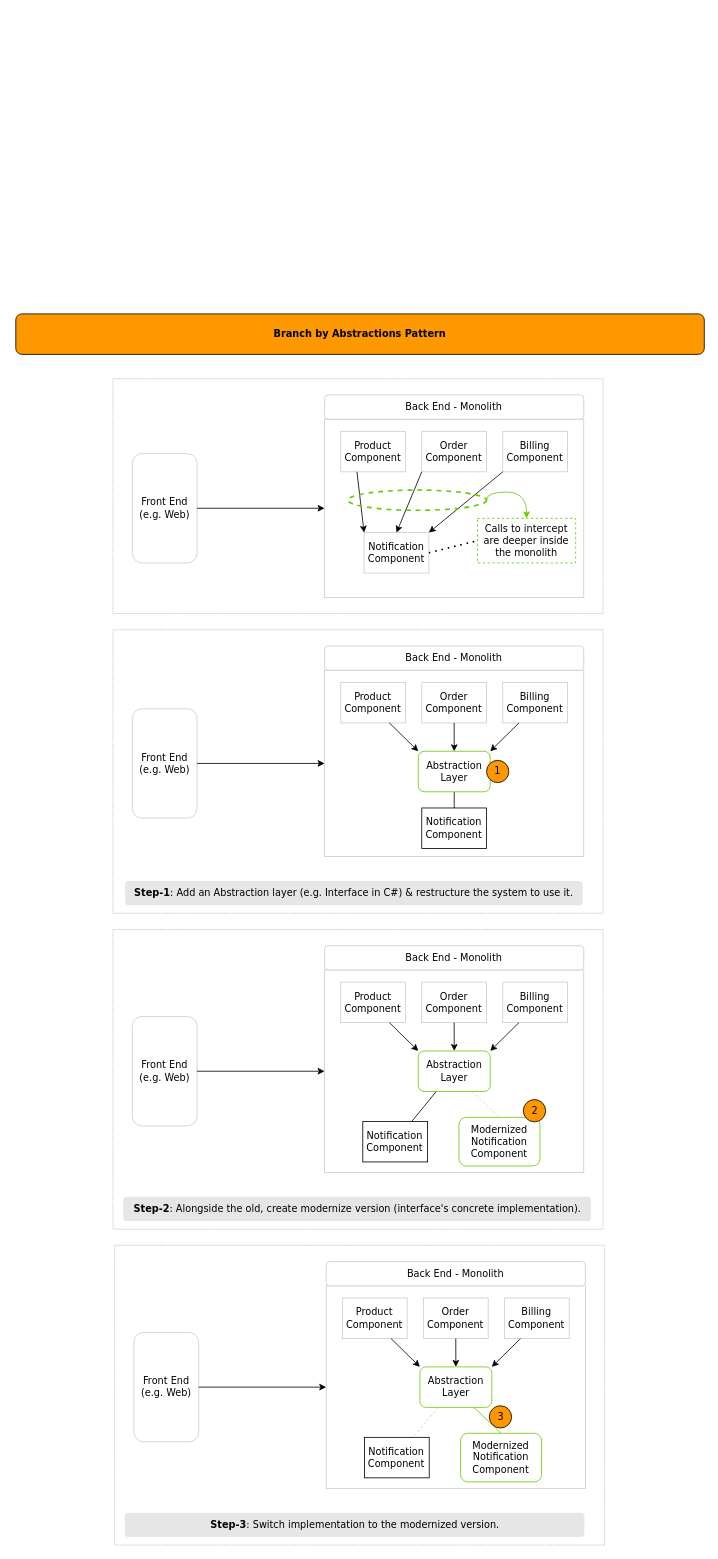
The draw.io diagram page "Branch-by-Abstraction" (2 of 2) of diagrams/modernization-patterns.drawio in shahzadhuq/modernization-decomposing-monolith, before the edit. Source tidied: cells renumbered, new cells numbered last; positions are measured from the earlier drawing's top-left corner, leaving out a move shared by most shapes. Both pictures are drawn from the tidied source at 81%, with x=0, y=0 at pixel (15, 313).
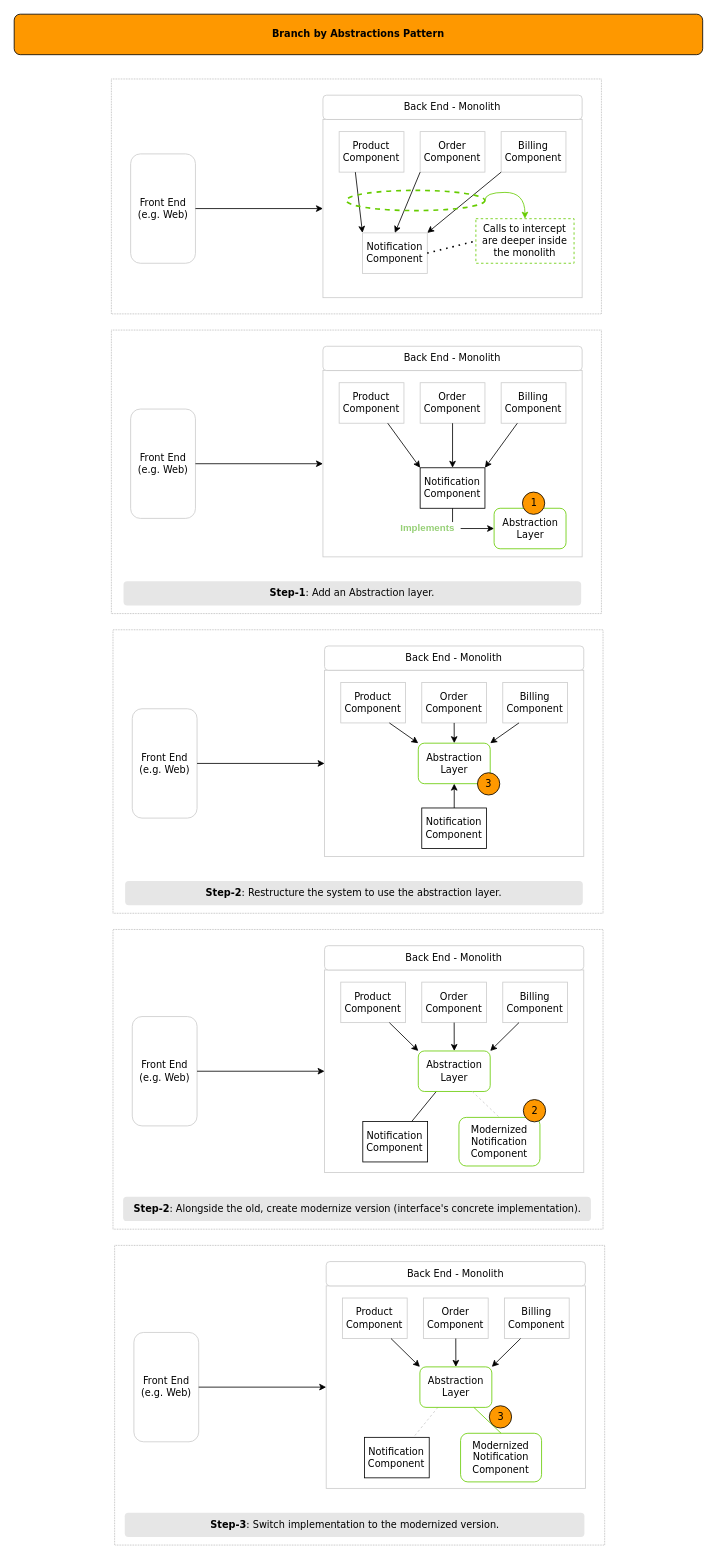
The same diagram, later.

The change refers to these unchanged cells:
```xml
<mxCell id="43" value="Notification Component" style="rounded=0;whiteSpace=wrap;html=1;strokeColor=#000000;fillColor=default;fontFamily=Verdana;" parent="1" vertex="1">
  <mxGeometry x="501.2" y="610" width="80" height="50" as="geometry" />
</mxCell>
```

Diff of the diagram source:
```diff
@@
     <mxCell id="2" style="rounded=0;whiteSpace=wrap;html=1;strokeColor=#B3B3B3;fillColor=default;strokeWidth=1;dashed=1;dashPattern=1 1;shadow=0;fontFamily=Verdana;" parent="1" vertex="1">
-      <mxGeometry x="120" y="80" width="605" height="290" as="geometry" />
+      <mxGeometry x="118" y="-290" width="605" height="290" as="geometry" />
     </mxCell>
     <mxCell id="3" style="rounded=0;whiteSpace=wrap;html=1;strokeColor=#CCCCCC;fontFamily=Verdana;" parent="1" vertex="1">
-      <mxGeometry x="381.2" y="130" width="320" height="220" as="geometry" />
+      <mxGeometry x="379.2" y="-240" width="320" height="220" as="geometry" />
     </mxCell>
     <mxCell id="4" value="Branch by Abstractions Pattern" style="rounded=1;whiteSpace=wrap;html=1;fontStyle=1;fillColor=#FE9800;fontFamily=Verdana;" parent="1" vertex="1">
-      <mxGeometry width="850" height="50" as="geometry" />
+      <mxGeometry x="-2" y="-370" width="850" height="50" as="geometry" />
     </mxCell>
     <mxCell id="5" value="Front End (e.g. Web)" style="text;html=1;strokeColor=#CCCCCC;fillColor=default;align=center;verticalAlign=middle;whiteSpace=wrap;rounded=1;shadow=0;fontFamily=Verdana;" parent="1" vertex="1">
-      <mxGeometry x="143.8" y="172.5" width="80" height="135" as="geometry" />
+      <mxGeometry x="141.8" y="-197.5" width="80" height="135" as="geometry" />
     </mxCell>
     <mxCell id="6" value="Back End - Monolith" style="text;html=1;strokeColor=#CCCCCC;fillColor=default;align=center;verticalAlign=middle;whiteSpace=wrap;rounded=1;shadow=0;fontFamily=Verdana;" parent="1" vertex="1">
-      <mxGeometry x="381.2" y="100" width="320" height="30" as="geometry" />
+      <mxGeometry x="379.2" y="-270" width="320" height="30" as="geometry" />
     </mxCell>
     <mxCell id="7" value="Product Component" style="rounded=0;whiteSpace=wrap;html=1;strokeColor=#CCCCCC;fillColor=default;shadow=0;fontFamily=Verdana;" parent="1" vertex="1">
-      <mxGeometry x="401.2" y="145" width="80" height="50" as="geometry" />
+      <mxGeometry x="399.2" y="-225" width="80" height="50" as="geometry" />
     </mxCell>
     <mxCell id="8" value="Order Component" style="rounded=0;whiteSpace=wrap;html=1;strokeColor=#CCCCCC;fillColor=default;fontFamily=Verdana;" parent="1" vertex="1">
-      <mxGeometry x="501.2" y="145" width="80" height="50" as="geometry" />
+      <mxGeometry x="499.2" y="-225" width="80" height="50" as="geometry" />
     </mxCell>
     <mxCell id="9" value="Billing Component" style="rounded=0;whiteSpace=wrap;html=1;strokeColor=#CCCCCC;fillColor=default;fontFamily=Verdana;" parent="1" vertex="1">
-      <mxGeometry x="601.2" y="145" width="80" height="50" as="geometry" />
+      <mxGeometry x="599.2" y="-225" width="80" height="50" as="geometry" />
     </mxCell>
     <mxCell id="10" value="Notification Component" style="rounded=0;whiteSpace=wrap;html=1;strokeColor=#CCCCCC;fillColor=default;fontFamily=Verdana;" parent="1" vertex="1">
-      <mxGeometry x="430" y="270" width="80" height="50" as="geometry" />
+      <mxGeometry x="428" y="-100" width="80" height="50" as="geometry" />
     </mxCell>
@@
     <mxCell id="15" style="ellipse;whiteSpace=wrap;html=1;shadow=0;fillColor=none;strokeColor=#66CC00;strokeWidth=2;dashed=1;fontFamily=Verdana;" parent="1" vertex="1">
-      <mxGeometry x="410" y="217.5" width="171.2" height="25" as="geometry" />
+      <mxGeometry x="408" y="-152.5" width="171.2" height="25" as="geometry" />
     </mxCell>
     <mxCell id="16" value="Calls to intercept are deeper inside the monolith" style="text;html=1;strokeColor=#66CC00;fillColor=none;align=center;verticalAlign=middle;whiteSpace=wrap;rounded=0;shadow=0;dashed=1;fontFamily=Verdana;" parent="1" vertex="1">
-      <mxGeometry x="570" y="252.5" width="121.2" height="55" as="geometry" />
+      <mxGeometry x="568" y="-117.5" width="121.2" height="55" as="geometry" />
     </mxCell>
     <mxCell id="17" style="endArrow=classic;html=1;rounded=0;entryX=0.5;entryY=0;entryDx=0;entryDy=0;exitX=1;exitY=0.5;exitDx=0;exitDy=0;edgeStyle=orthogonalEdgeStyle;curved=1;strokeColor=#66CC00;fontFamily=Verdana;" parent="1" edge="1" source="15" target="16">
       <mxGeometry relative="1" as="geometry">
         <Array as="points">
-          <mxPoint x="581" y="220" />
-          <mxPoint x="631" y="220" />
+          <mxPoint x="579" y="-150" />
+          <mxPoint x="629" y="-150" />
         </Array>
       </mxGeometry>
     </mxCell>
@@
-    <mxCell id="48" style="rounded=0;jettySize=auto;html=1;fontFamily=Verdana;strokeColor=#000000;endArrow=none;endFill=0;strokeWidth=1;exitX=0.5;exitY=1;exitDx=0;exitDy=0;" parent="1" edge="1" source="49" target="43">
+    <mxCell id="48" style="rounded=0;jettySize=auto;html=1;fontFamily=Verdana;strokeColor=#000000;endArrow=classic;endFill=1;strokeWidth=1;entryX=0.5;entryY=1;entryDx=0;entryDy=0;" parent="1" edge="1" source="43" target="49">
       <mxGeometry relative="1" as="geometry" />
     </mxCell>
     <mxCell id="49" value="Abstraction Layer" style="rounded=1;whiteSpace=wrap;html=1;strokeColor=#66CC00;fillColor=none;fontFamily=Verdana;shadow=0;strokeWidth=1;" parent="1" vertex="1">
-      <mxGeometry x="496.9" y="540" width="88.8" height="50" as="geometry" />
+      <mxGeometry x="496.9" y="530" width="88.8" height="50" as="geometry" />
     </mxCell>
-    <mxCell id="50" value="&lt;b&gt;Step-1&lt;/b&gt;: Add an Abstraction layer (e.g. Interface in C#) &amp;amp; restructure the system to use it." style="text;html=1;strokeColor=none;fillColor=#E6E6E6;align=center;verticalAlign=middle;whiteSpace=wrap;rounded=1;shadow=0;perimeterSpacing=0;spacing=7;fontFamily=Verdana;" parent="1" vertex="1">
+    <mxCell id="50" value="&lt;b&gt;Step-2&lt;/b&gt;: Restructure the system to use the abstraction layer." style="text;html=1;strokeColor=none;fillColor=#E6E6E6;align=center;verticalAlign=middle;whiteSpace=wrap;rounded=1;shadow=0;perimeterSpacing=0;spacing=7;fontFamily=Verdana;" parent="1" vertex="1">
       <mxGeometry x="135" y="700" width="565" height="30" as="geometry" />
     </mxCell>
@@
-    <mxCell id="52" value="1" style="ellipse;whiteSpace=wrap;html=1;fillColor=#FE9800;fontFamily=Verdana;" parent="1" vertex="1">
-      <mxGeometry x="581.2" y="551.2" width="27.5" height="27.5" as="geometry" />
+    <mxCell id="52" value="3" style="ellipse;whiteSpace=wrap;html=1;fillColor=#FE9800;fontFamily=Verdana;" parent="1" vertex="1">
+      <mxGeometry x="570" y="566.5" width="27.5" height="27.5" as="geometry" />
     </mxCell>
@@
+    <mxCell id="71" style="rounded=0;whiteSpace=wrap;html=1;strokeColor=#B3B3B3;fillColor=default;strokeWidth=1;dashed=1;dashPattern=1 1;shadow=0;fontFamily=Verdana;" parent="1" vertex="1">
+      <mxGeometry x="118" y="20" width="605" height="350" as="geometry" />
+    </mxCell>
+    <mxCell id="72" style="rounded=0;whiteSpace=wrap;html=1;strokeColor=#CCCCCC;fontFamily=Verdana;" parent="1" vertex="1">
+      <mxGeometry x="379.2" y="70" width="320" height="230" as="geometry" />
+    </mxCell>
+    <mxCell id="73" value="Front End (e.g. Web)" style="text;html=1;strokeColor=#CCCCCC;fillColor=default;align=center;verticalAlign=middle;whiteSpace=wrap;rounded=1;shadow=0;fontFamily=Verdana;" parent="1" vertex="1">
+      <mxGeometry x="141.8" y="117.5" width="80" height="135" as="geometry" />
+    </mxCell>
+    <mxCell id="74" value="Back End - Monolith" style="text;html=1;strokeColor=#CCCCCC;fillColor=default;align=center;verticalAlign=middle;whiteSpace=wrap;rounded=1;shadow=0;fontFamily=Verdana;" parent="1" vertex="1">
+      <mxGeometry x="379.2" y="40" width="320" height="30" as="geometry" />
+    </mxCell>
+    <mxCell id="75" value="Product Component" style="rounded=0;whiteSpace=wrap;html=1;strokeColor=#CCCCCC;fillColor=default;shadow=0;fontFamily=Verdana;" parent="1" vertex="1">
+      <mxGeometry x="399.2" y="85" width="80" height="50" as="geometry" />
+    </mxCell>
+    <mxCell id="76" value="Order Component" style="rounded=0;whiteSpace=wrap;html=1;strokeColor=#CCCCCC;fillColor=default;fontFamily=Verdana;" parent="1" vertex="1">
+      <mxGeometry x="499.2" y="85" width="80" height="50" as="geometry" />
+    </mxCell>
+    <mxCell id="77" value="Billing Component" style="rounded=0;whiteSpace=wrap;html=1;strokeColor=#CCCCCC;fillColor=default;fontFamily=Verdana;" parent="1" vertex="1">
+      <mxGeometry x="599.2" y="85" width="80" height="50" as="geometry" />
+    </mxCell>
+    <mxCell id="78" value="Notification Component" style="rounded=0;whiteSpace=wrap;html=1;strokeColor=#000000;fillColor=default;fontFamily=Verdana;" parent="1" vertex="1">
+      <mxGeometry x="499.2" y="190" width="80" height="50" as="geometry" />
+    </mxCell>
+    <mxCell id="79" style="endArrow=classic;html=1;rounded=0;exitX=0.75;exitY=1;exitDx=0;exitDy=0;entryX=0;entryY=0;entryDx=0;entryDy=0;fontFamily=Verdana;" parent="1" edge="1" source="75" target="78">
+      <mxGeometry relative="1" as="geometry" />
+    </mxCell>
+    <mxCell id="80" style="endArrow=classic;html=1;rounded=0;entryX=0.5;entryY=0;entryDx=0;entryDy=0;exitX=0.5;exitY=1;exitDx=0;exitDy=0;fontFamily=Verdana;" parent="1" edge="1" source="76" target="78">
+      <mxGeometry relative="1" as="geometry" />
+    </mxCell>
+    <mxCell id="81" style="endArrow=classic;html=1;rounded=0;exitX=0.25;exitY=1;exitDx=0;exitDy=0;entryX=1;entryY=0;entryDx=0;entryDy=0;fontFamily=Verdana;" parent="1" edge="1" source="77" target="78">
+      <mxGeometry relative="1" as="geometry" />
+    </mxCell>
+    <mxCell id="82" style="endArrow=classic;html=1;rounded=0;entryX=0;entryY=0.5;entryDx=0;entryDy=0;exitX=1;exitY=0.5;exitDx=0;exitDy=0;fontFamily=Verdana;" parent="1" edge="1" source="73" target="72">
+      <mxGeometry relative="1" as="geometry" />
+    </mxCell>
+    <mxCell id="83" style="rounded=0;jettySize=auto;html=1;fontFamily=Verdana;strokeColor=#000000;endArrow=classic;endFill=1;strokeWidth=1;exitX=0.5;exitY=1;exitDx=0;exitDy=0;edgeStyle=orthogonalEdgeStyle;entryX=0;entryY=0.5;entryDx=0;entryDy=0;" parent="1" edge="1" source="78" target="84">
+      <mxGeometry relative="1" as="geometry" />
+    </mxCell>
+    <mxCell id="84" value="Abstraction Layer" style="rounded=1;whiteSpace=wrap;html=1;strokeColor=#66CC00;fillColor=none;fontFamily=Verdana;shadow=0;strokeWidth=1;" parent="1" vertex="1">
+      <mxGeometry x="590.5" y="240" width="88.8" height="50" as="geometry" />
+    </mxCell>
+    <mxCell id="85" value="&lt;b&gt;Step-1&lt;/b&gt;: Add an Abstraction layer." style="text;html=1;strokeColor=none;fillColor=#E6E6E6;align=center;verticalAlign=middle;whiteSpace=wrap;rounded=1;shadow=0;perimeterSpacing=0;spacing=7;fontFamily=Verdana;" parent="1" vertex="1">
+      <mxGeometry x="133" y="330" width="565" height="30" as="geometry" />
+    </mxCell>
+    <mxCell id="86" value="1" style="ellipse;whiteSpace=wrap;html=1;fillColor=#FE9800;fontFamily=Verdana;" parent="1" vertex="1">
+      <mxGeometry x="625.5" y="220" width="27.5" height="27.5" as="geometry" />
+    </mxCell>
+    <mxCell id="87" value="Implements" style="text;html=1;strokeColor=none;fillColor=default;align=center;verticalAlign=middle;whiteSpace=wrap;rounded=0;fontColor=#97D077;fontStyle=1;" parent="1" vertex="1">
+      <mxGeometry x="468.3" y="257" width="80.9" height="16" as="geometry" />
+    </mxCell>
```
